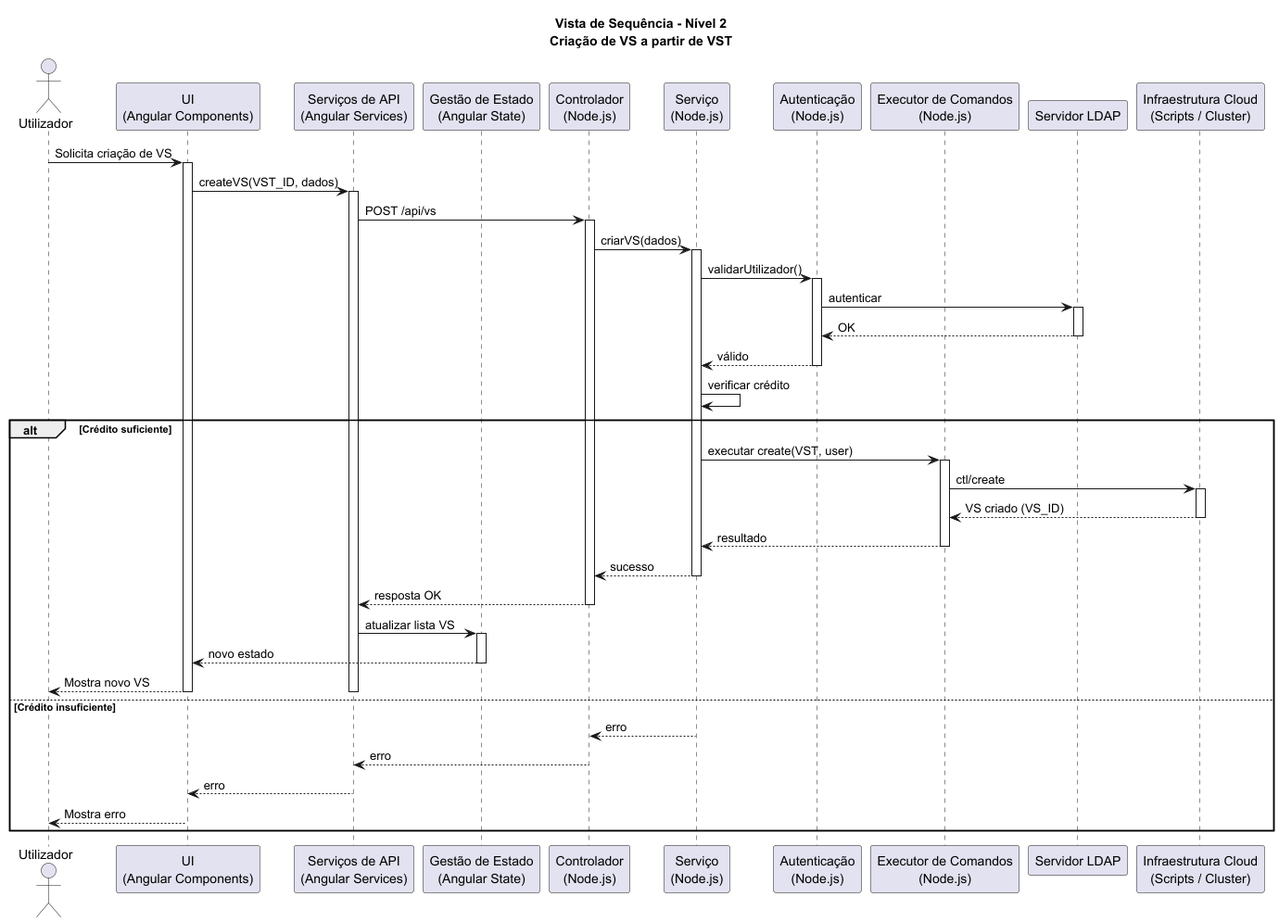
Above: docs/VISTAS/SEQUÊNCIA/VS2.png in tiagosoa/LEI-PROJ-FRONTEND (PlantUML), before the change.
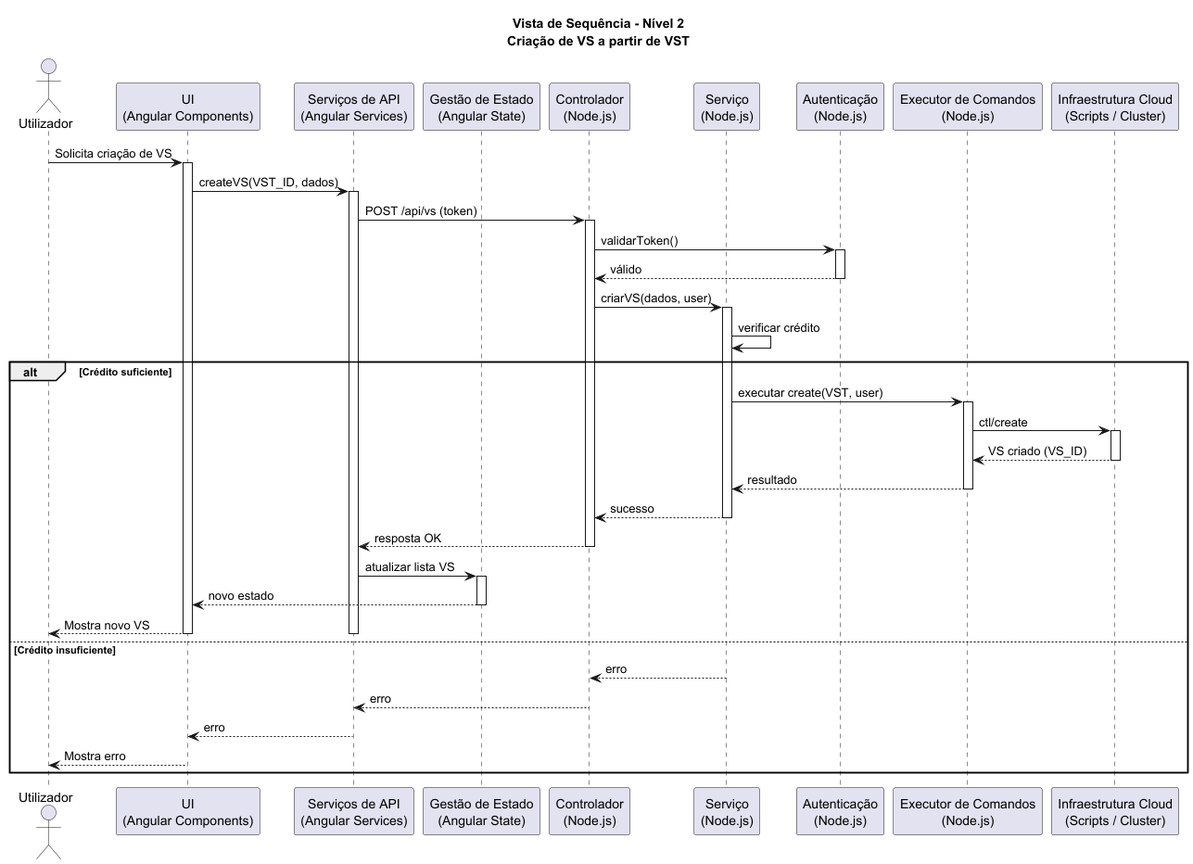
The same file after the commit.

Change to the diagram source:
```diff
@@ -12,7 +12,6 @@
 participant "Autenticação\n(Node.js)" as auth
 participant "Executor de Comandos\n(Node.js)" as executor
 
-participant "Servidor LDAP" as ldap
 participant "Infraestrutura Cloud\n(Scripts / Cluster)" as cloud
 
 user -> ui : Solicita criação de VS
@@ -21,22 +20,16 @@
 ui -> services : createVS(VST_ID, dados)
 activate services
 
-services -> controller : POST /api/vs
+services -> controller : POST /api/vs (token)
 activate controller
 
-controller -> service : criarVS(dados)
+controller -> auth : validarToken()
+activate auth
+auth --> controller : válido
+deactivate auth
+
+controller -> service : criarVS(dados, user)
 activate service
-
-service -> auth : validarUtilizador()
-activate auth
-
-auth -> ldap : autenticar
-activate ldap
-ldap --> auth : OK
-deactivate ldap
-
-auth --> service : válido
-deactivate auth
 
 service -> service : verificar crédito
 
```
